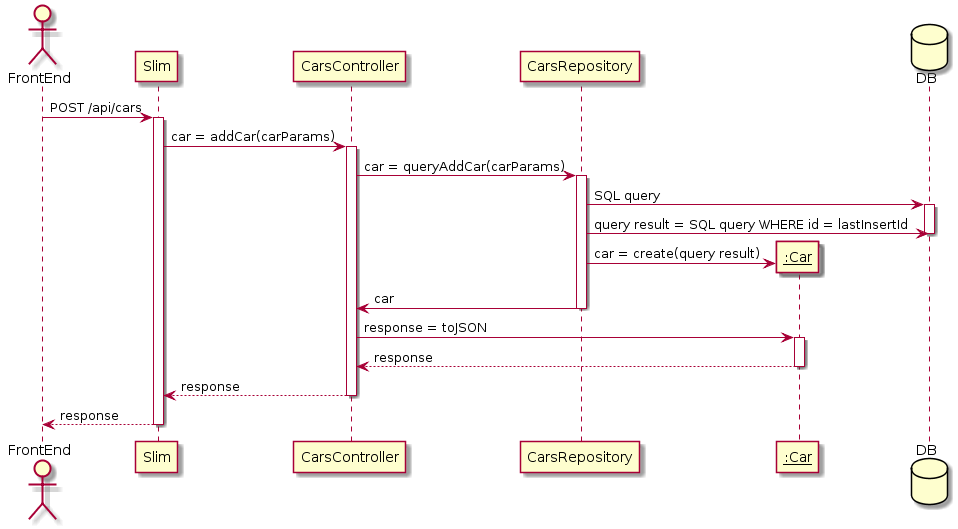
The PlantUML diagram docs/BackEnd/SequenceDiagram/AddCar.png in malvinkooo/taxiSystem, before a commit. The source it was exported from:
```plantuml
@startuml
actor FrontEnd
participant Slim
participant CarsController
participant CarsRepository
participant "__:Car__" as Car
database DB

FrontEnd -> Slim : POST /api/cars
activate Slim
Slim -> CarsController : car = addCar(carParams)
activate CarsController
CarsController -> CarsRepository : car = queryAddCar(carParams)
activate CarsRepository
CarsRepository -> DB : SQL query
activate DB
CarsRepository -> DB : query result = SQL query WHERE id = lastInsertId
deactivate DB
create Car
CarsRepository -> Car : car = create(query result)
CarsRepository -> CarsController : car
deactivate CarsRepository
CarsController -> Car : response = toJSON
activate Car
Car --> CarsController : response
deactivate Car
CarsController --> Slim : response
deactivate CarsController
Slim --> FrontEnd : response
deactivate Slim
@enduml
```
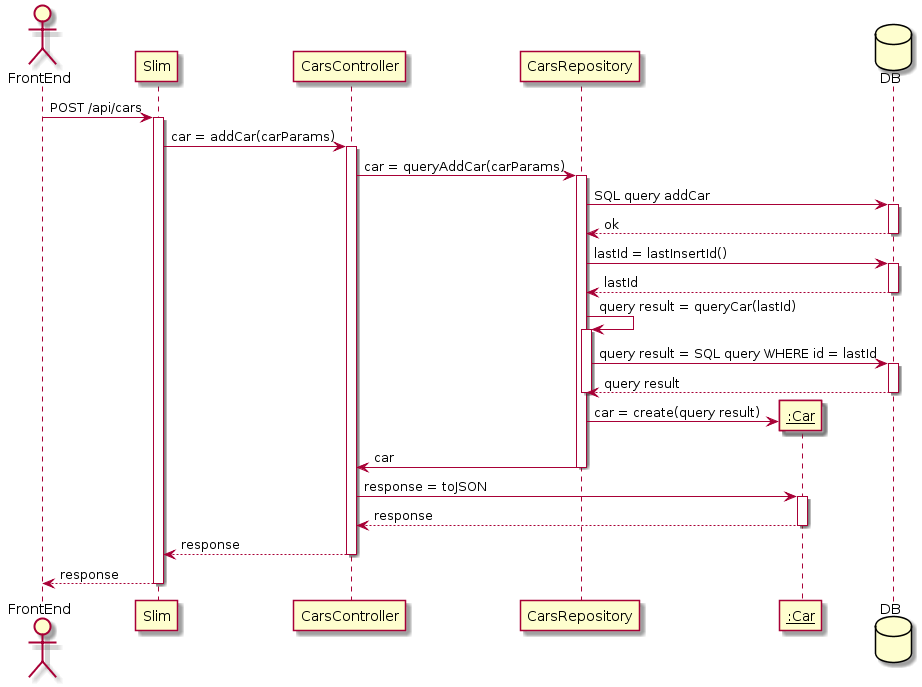
The same diagram one commit later.

Commit message:
Corrections in AddCar, AddDriver, AddOrder usecases

The edit, as a diff of the source:
```diff
@@ -12,10 +12,21 @@
 activate CarsController
 CarsController -> CarsRepository : car = queryAddCar(carParams)
 activate CarsRepository
-CarsRepository -> DB : SQL query
+CarsRepository -> DB : SQL query addCar
 activate DB
-CarsRepository -> DB : query result = SQL query WHERE id = lastInsertId
+DB --> CarsRepository : ok
 deactivate DB
+CarsRepository -> DB : lastId = lastInsertId()
+activate DB
+DB --> CarsRepository : lastId
+deactivate DB
+CarsRepository -> CarsRepository : query result = queryCar(lastId)
+activate CarsRepository
+CarsRepository -> DB : query result = SQL query WHERE id = lastId
+activate DB
+DB --> CarsRepository : query result
+deactivate DB
+deactivate CarsRepository
 create Car
 CarsRepository -> Car : car = create(query result)
 CarsRepository -> CarsController : car
```
